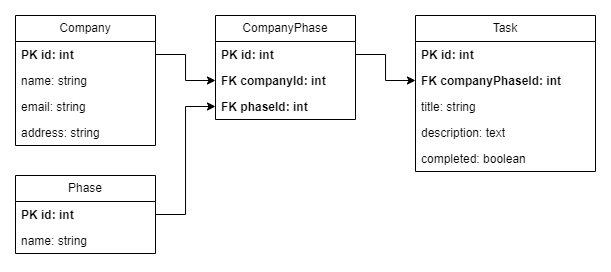
Above: src/database/dbSchema.png in EtienneDuv/test-oakslab (draw.io), before the change. Source tidied: cells renumbered, new cells last; positions are measured from the earlier drawing's top-left corner, leaving out a move shared by most shapes.
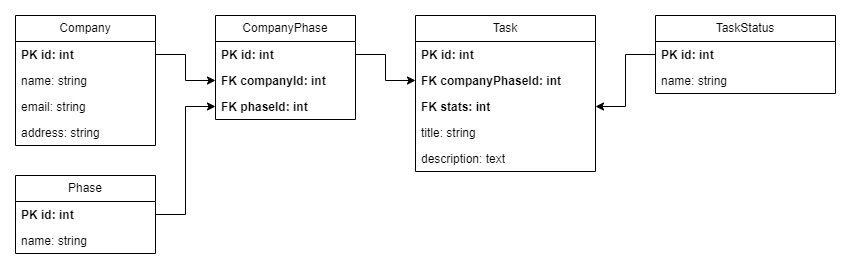
After the change.

What changed in the source:
```diff
@@ -53,17 +53,29 @@
     <mxCell id="18" value="&lt;b&gt;FK companyPhaseId: int&lt;/b&gt;" style="text;strokeColor=none;fillColor=none;align=left;verticalAlign=top;spacingLeft=4;spacingRight=4;overflow=hidden;points=[[0,0.5],[1,0.5]];portConstraint=eastwest;whiteSpace=wrap;html=1;" parent="16" vertex="1">
       <mxGeometry y="52" width="180" height="26" as="geometry" />
     </mxCell>
+    <mxCell id="21" value="&lt;b&gt;FK stats: int&lt;/b&gt;" style="text;strokeColor=none;fillColor=none;align=left;verticalAlign=top;spacingLeft=4;spacingRight=4;overflow=hidden;points=[[0,0.5],[1,0.5]];portConstraint=eastwest;whiteSpace=wrap;html=1;" parent="16" vertex="1">
+      <mxGeometry y="78" width="180" height="26" as="geometry" />
+    </mxCell>
     <mxCell id="19" value="title: string" style="text;strokeColor=none;fillColor=none;align=left;verticalAlign=top;spacingLeft=4;spacingRight=4;overflow=hidden;whiteSpace=wrap;html=1;" parent="16" vertex="1">
-      <mxGeometry y="78" width="180" height="26" as="geometry" />
+      <mxGeometry y="104" width="180" height="26" as="geometry" />
     </mxCell>
     <mxCell id="20" value="description: text" style="text;strokeColor=none;fillColor=none;align=left;verticalAlign=top;spacingLeft=4;spacingRight=4;overflow=hidden;whiteSpace=wrap;html=1;" parent="16" vertex="1">
-      <mxGeometry y="104" width="180" height="26" as="geometry" />
+      <mxGeometry y="130" width="180" height="26" as="geometry" />
     </mxCell>
-    <mxCell id="21" value="completed: boolean" style="text;strokeColor=none;fillColor=none;align=left;verticalAlign=top;spacingLeft=4;spacingRight=4;overflow=hidden;points=[[0,0.5],[1,0.5]];portConstraint=eastwest;whiteSpace=wrap;html=1;" parent="16" vertex="1">
-      <mxGeometry y="130" width="180" height="26" as="geometry" />
-    </mxCell>
     <mxCell id="22" style="edgeStyle=orthogonalEdgeStyle;rounded=0;jettySize=auto;html=1;exitX=1;exitY=0.5;exitDx=0;exitDy=0;" parent="1" edge="1" source="11" target="18">
       <mxGeometry relative="1" as="geometry" />
     </mxCell>
+    <mxCell id="23" value="TaskStatus" style="swimlane;fontStyle=0;horizontal=1;startSize=26;fillColor=none;whiteSpace=wrap;html=1;" parent="1" vertex="1">
+      <mxGeometry x="640" width="180" height="78" as="geometry" />
+    </mxCell>
+    <mxCell id="24" value="&lt;b&gt;PK id: int&lt;/b&gt;" style="text;strokeColor=none;fillColor=none;align=left;verticalAlign=top;spacingLeft=4;spacingRight=4;overflow=hidden;points=[[0,0.5],[1,0.5]];portConstraint=eastwest;whiteSpace=wrap;html=1;" parent="23" vertex="1">
+      <mxGeometry y="26" width="180" height="26" as="geometry" />
+    </mxCell>
+    <mxCell id="25" value="name: string" style="text;strokeColor=none;fillColor=none;align=left;verticalAlign=top;spacingLeft=4;spacingRight=4;overflow=hidden;whiteSpace=wrap;html=1;" parent="23" vertex="1">
+      <mxGeometry y="52" width="180" height="26" as="geometry" />
+    </mxCell>
+    <mxCell id="26" style="edgeStyle=orthogonalEdgeStyle;rounded=0;jettySize=auto;html=1;exitX=0;exitY=0.5;exitDx=0;exitDy=0;" parent="1" edge="1" source="24" target="21">
+      <mxGeometry relative="1" as="geometry" />
+    </mxCell>
   </root>
 </mxGraphModel>
```
